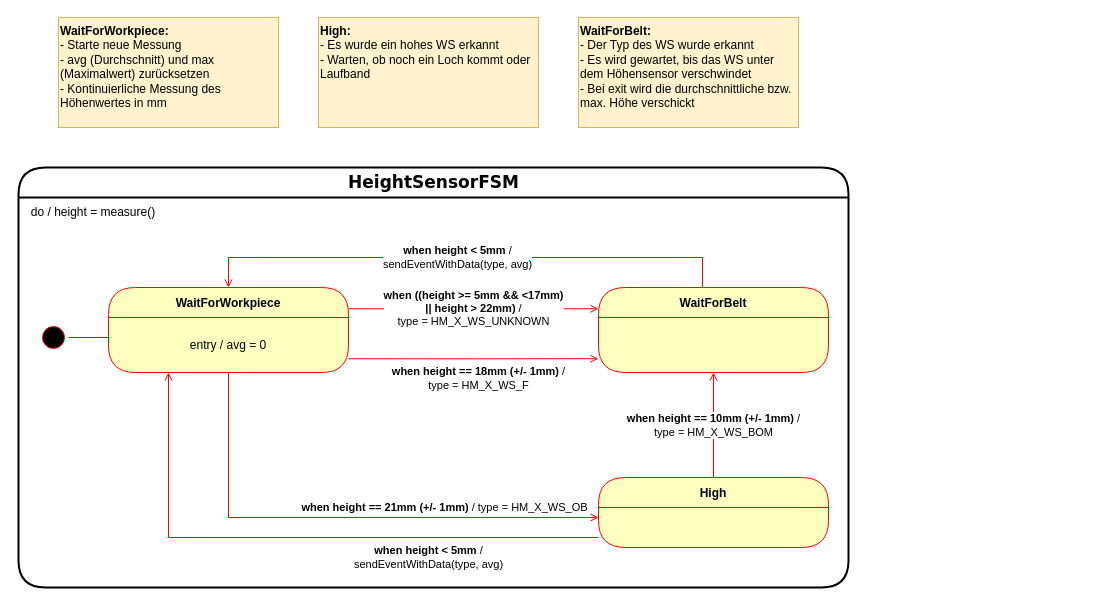
Earlier version of the draw.io diagram page "height" (3 of 6) of docs/diagrams/fsm/state_machines.drawio (u2knwy/ESEP-2023SoSe-Team-2-1). Source tidied: cells renumbered, new cells numbered last; positions are measured from the earlier drawing's top-left corner, leaving out a move shared by most shapes. Both pictures are drawn from the tidied source at 100%, with x=0, y=0 at pixel (18, 17).
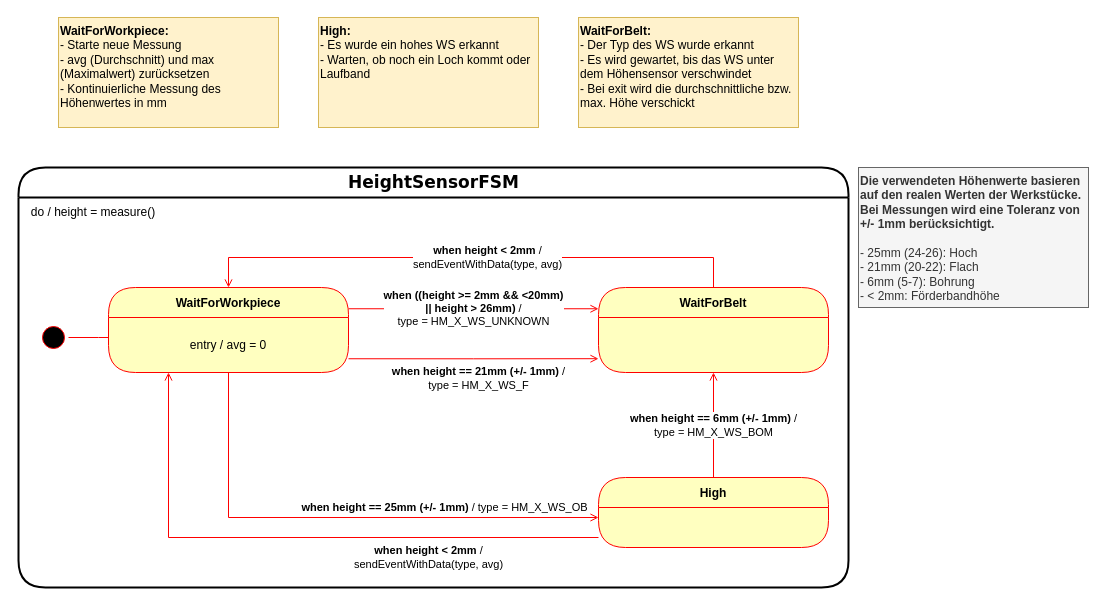
The same page after the edit.

The change refers to these unchanged cells:
```xml
<mxCell id="6" value="WaitForWorkpiece" style="swimlane;fontStyle=1;align=center;verticalAlign=middle;horizontal=1;startSize=30;fontColor=#000000;rounded=1;arcSize=30;strokeColor=#ff0000;fillColor=#ffffc0;swimlaneFillColor=#ffffc0;" parent="1" vertex="1">
  <mxGeometry x="90" y="270" width="240" height="85" as="geometry" />
</mxCell>
<mxCell id="7" value="entry / avg = 0" style="text;html=1;strokeColor=none;fillColor=none;align=center;verticalAlign=middle;spacingLeft=4;spacingRight=4;whiteSpace=wrap;overflow=hidden;fontColor=#000000;" parent="6" vertex="1">
  <mxGeometry y="30" width="240" height="55" as="geometry" />
</mxCell>
<mxCell id="11" value="High" style="swimlane;fontStyle=1;align=center;verticalAlign=middle;horizontal=1;startSize=30;fontColor=#000000;rounded=1;arcSize=30;strokeColor=#ff0000;fillColor=#ffffc0;swimlaneFillColor=#ffffc0;" parent="1" vertex="1">
  <mxGeometry x="580" y="460" width="230" height="70" as="geometry" />
</mxCell>
<mxCell id="14" value="WaitForBelt" style="swimlane;fontStyle=1;align=center;verticalAlign=middle;horizontal=1;startSize=30;fontColor=#000000;rounded=1;arcSize=30;strokeColor=#ff0000;fillColor=#ffffc0;swimlaneFillColor=#ffffc0;" parent="1" vertex="1">
  <mxGeometry x="580" y="270" width="230" height="85" as="geometry" />
</mxCell>
```

The edit, as a diff of the source:
```diff
@@
-    <mxCell id="5" value="&lt;b style=&quot;border-color: var(--border-color);&quot;&gt;when ((height &amp;gt;= 5mm &amp;amp;&amp;amp; &amp;lt;17mm)&lt;br style=&quot;border-color: var(--border-color);&quot;&gt;|| height &amp;gt; 22mm)&lt;/b&gt;&amp;nbsp;/&lt;br style=&quot;border-color: var(--border-color);&quot;&gt;type = HM_X_WS_UNKNOWN" style="edgeStyle=orthogonalEdgeStyle;rounded=0;jettySize=auto;html=1;exitX=1;exitY=0.25;exitDx=0;exitDy=0;entryX=0;entryY=0.25;entryDx=0;entryDy=0;strokeColor=#FF0000;endArrow=open;endFill=0;" parent="1" edge="1" source="6" target="14">
+    <mxCell id="5" value="&lt;b style=&quot;border-color: var(--border-color);&quot;&gt;when ((height &amp;gt;= 2mm &amp;amp;&amp;amp; &amp;lt;20mm)&lt;br style=&quot;border-color: var(--border-color);&quot;&gt;|| height &amp;gt; 26mm)&lt;/b&gt;&amp;nbsp;/&lt;br style=&quot;border-color: var(--border-color);&quot;&gt;type = HM_X_WS_UNKNOWN" style="edgeStyle=orthogonalEdgeStyle;rounded=0;jettySize=auto;html=1;exitX=1;exitY=0.25;exitDx=0;exitDy=0;entryX=0;entryY=0.25;entryDx=0;entryDy=0;strokeColor=#FF0000;endArrow=open;endFill=0;" parent="1" edge="1" source="6" target="14">
       <mxGeometry relative="1" as="geometry" />
     </mxCell>
@@
-    <mxCell id="8" value="&lt;b&gt;when height &amp;lt; 5mm &lt;/b&gt;/&lt;br&gt;sendEventWithData(type, avg)" style="edgeStyle=orthogonalEdgeStyle;rounded=0;jettySize=auto;html=1;exitX=0.5;exitY=0;exitDx=0;exitDy=0;entryX=0.5;entryY=0;entryDx=0;entryDy=0;strokeColor=#FF0000;endArrow=open;endFill=0;" parent="1" edge="1" source="14" target="6">
-      <mxGeometry x="0.05" relative="1" as="geometry">
+    <mxCell id="8" value="&lt;b&gt;when height &amp;lt; 2mm &lt;/b&gt;/&lt;br&gt;sendEventWithData(type, avg)" style="edgeStyle=orthogonalEdgeStyle;rounded=0;jettySize=auto;html=1;exitX=0.5;exitY=0;exitDx=0;exitDy=0;entryX=0.5;entryY=0;entryDx=0;entryDy=0;strokeColor=#FF0000;endArrow=open;endFill=0;" parent="1" edge="1" source="14" target="6">
+      <mxGeometry x="-0.06" relative="1" as="geometry">
         <Array as="points">
-          <mxPoint x="684" y="240" />
+          <mxPoint x="695" y="240" />
           <mxPoint x="210" y="240" />
         </Array>
       </mxGeometry>
     </mxCell>
-    <mxCell id="9" value="&lt;b&gt;when height == 18mm (+/- 1mm)&lt;/b&gt; /&lt;br&gt;type = HM_X_WS_F" style="edgeStyle=orthogonalEdgeStyle;rounded=0;jettySize=auto;html=1;exitX=1;exitY=0.75;exitDx=0;exitDy=0;entryX=0;entryY=0.75;entryDx=0;entryDy=0;strokeColor=#FF0000;endArrow=open;endFill=0;" parent="1" edge="1" source="7">
+    <mxCell id="9" value="&lt;b&gt;when height == 21mm (+/- 1mm)&lt;/b&gt; /&lt;br&gt;type = HM_X_WS_F" style="edgeStyle=orthogonalEdgeStyle;rounded=0;jettySize=auto;html=1;exitX=1;exitY=0.75;exitDx=0;exitDy=0;entryX=0;entryY=0.75;entryDx=0;entryDy=0;strokeColor=#FF0000;endArrow=open;endFill=0;" parent="1" edge="1" source="7">
       <mxGeometry x="0.04" y="-19" relative="1" as="geometry">
         <mxPoint x="580" y="341.2" as="targetPoint" />
       </mxGeometry>
     </mxCell>
-    <mxCell id="10" value="&lt;b&gt;when height == 10mm (+/- 1mm)&lt;/b&gt; /&lt;br&gt;type = HM_X_WS_BOM" style="edgeStyle=orthogonalEdgeStyle;rounded=0;jettySize=auto;html=1;exitX=0.5;exitY=0;exitDx=0;exitDy=0;entryX=0.5;entryY=1;entryDx=0;entryDy=0;strokeColor=#FF0000;endArrow=open;endFill=0;" parent="1" edge="1" source="11">
+    <mxCell id="10" value="&lt;b&gt;when height == 6mm (+/- 1mm)&lt;/b&gt; /&lt;br&gt;type = HM_X_WS_BOM" style="edgeStyle=orthogonalEdgeStyle;rounded=0;jettySize=auto;html=1;exitX=0.5;exitY=0;exitDx=0;exitDy=0;entryX=0.5;entryY=1;entryDx=0;entryDy=0;strokeColor=#FF0000;endArrow=open;endFill=0;" parent="1" edge="1" source="11">
       <mxGeometry relative="1" as="geometry">
         <mxPoint x="695" y="355" as="targetPoint" />
       </mxGeometry>
     </mxCell>
@@
-    <mxCell id="12" value="&lt;b&gt;when height == 21mm (+/- 1mm)&lt;/b&gt; /&amp;nbsp;type = HM_X_WS_OB" style="edgeStyle=orthogonalEdgeStyle;rounded=0;jettySize=auto;html=1;exitX=0.5;exitY=1;exitDx=0;exitDy=0;entryX=0;entryY=0.25;entryDx=0;entryDy=0;strokeColor=#FF0000;endArrow=open;endFill=0;" parent="1" edge="1" source="7">
+    <mxCell id="12" value="&lt;b&gt;when height == 25mm (+/- 1mm)&lt;/b&gt; /&amp;nbsp;type = HM_X_WS_OB" style="edgeStyle=orthogonalEdgeStyle;rounded=0;jettySize=auto;html=1;exitX=0.5;exitY=1;exitDx=0;exitDy=0;entryX=0;entryY=0.25;entryDx=0;entryDy=0;strokeColor=#FF0000;endArrow=open;endFill=0;" parent="1" edge="1" source="7">
       <mxGeometry x="0.4" y="10" relative="1" as="geometry">
         <mxPoint x="580" y="500" as="targetPoint" />
         <Array as="points">
           <mxPoint x="210" y="500" />
         </Array>
       </mxGeometry>
     </mxCell>
-    <mxCell id="13" value="&lt;b style=&quot;border-color: var(--border-color);&quot;&gt;when height &amp;lt; 5mm&amp;nbsp;&lt;/b&gt;/&lt;br style=&quot;border-color: var(--border-color);&quot;&gt;sendEventWithData(type, avg)" style="edgeStyle=orthogonalEdgeStyle;rounded=0;jettySize=auto;html=1;exitX=0;exitY=0.75;exitDx=0;exitDy=0;entryX=0.25;entryY=1;entryDx=0;entryDy=0;strokeColor=#FF0000;endArrow=open;endFill=0;" parent="1" edge="1" target="7">
+    <mxCell id="13" value="&lt;b style=&quot;border-color: var(--border-color);&quot;&gt;when height &amp;lt; 2mm&amp;nbsp;&lt;/b&gt;/&lt;br style=&quot;border-color: var(--border-color);&quot;&gt;sendEventWithData(type, avg)" style="edgeStyle=orthogonalEdgeStyle;rounded=0;jettySize=auto;html=1;exitX=0;exitY=0.75;exitDx=0;exitDy=0;entryX=0.25;entryY=1;entryDx=0;entryDy=0;strokeColor=#FF0000;endArrow=open;endFill=0;" parent="1" edge="1" target="7">
       <mxGeometry x="-0.43" y="20" relative="1" as="geometry">
         <mxPoint x="580" y="520" as="sourcePoint" />
         <Array as="points">
           <mxPoint x="150" y="520" />
         </Array>
       </mxGeometry>
     </mxCell>
@@
+    <mxCell id="19" value="&lt;b&gt;Die verwendeten Höhenwerte basieren auf den realen Werten der Werkstücke. Bei Messungen wird eine Toleranz von +/- 1mm berücksichtigt.&lt;br&gt;&lt;/b&gt;&lt;br&gt;- 25mm (24-26): Hoch&lt;br&gt;- 21mm (20-22): Flach&lt;br&gt;- 6mm (5-7): Bohrung&lt;br&gt;- &amp;lt; 2mm: Förderbandhöhe" style="text;html=1;strokeColor=#666666;fillColor=#f5f5f5;align=left;verticalAlign=top;whiteSpace=wrap;rounded=0;fontColor=#333333;" parent="1" vertex="1">
+      <mxGeometry x="840" y="150" width="230" height="140" as="geometry" />
+    </mxCell>
```
